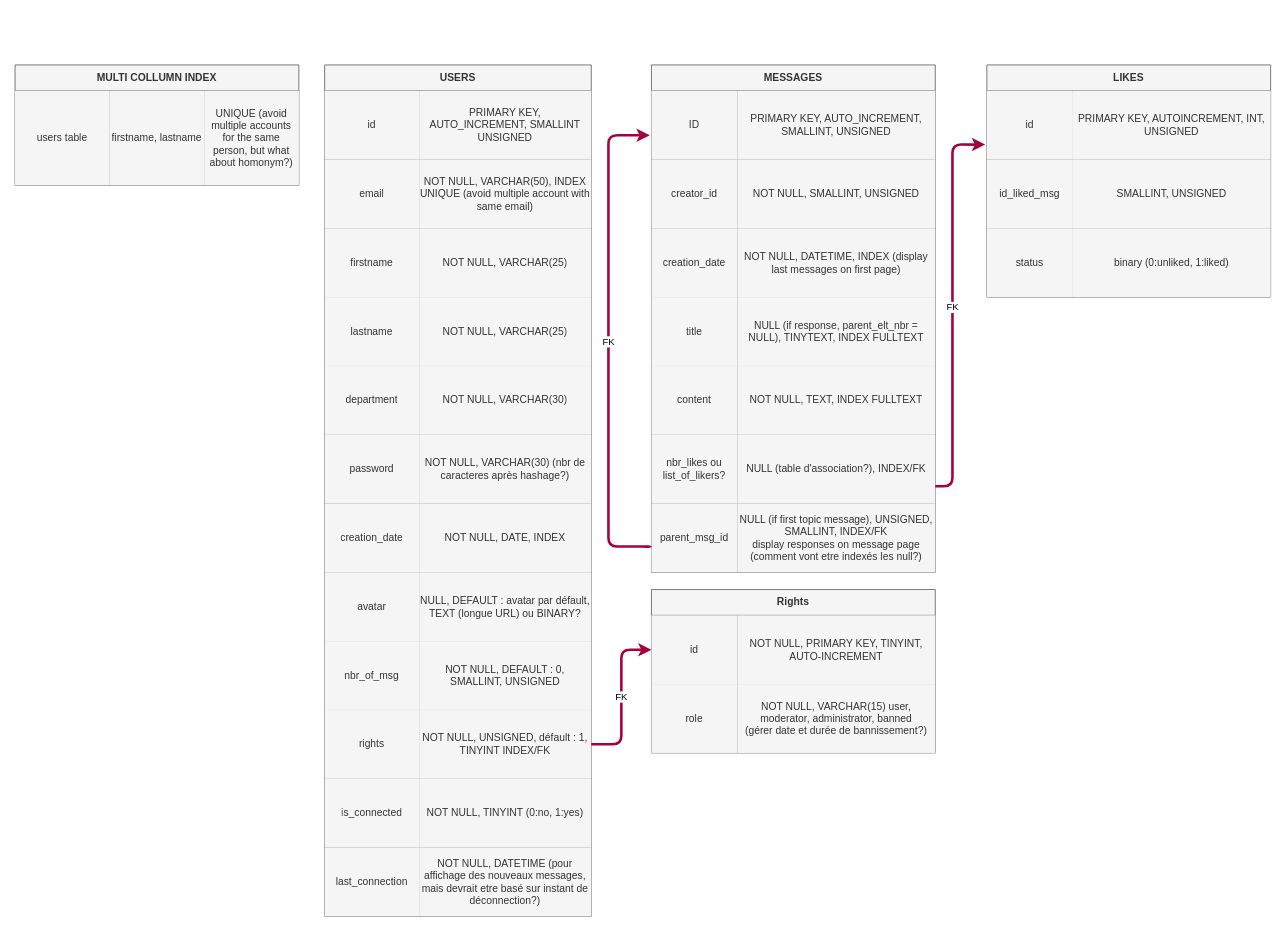
Keitaro51/202103_DW_Project7_Groupomania keeps this draw.io diagram as page "Tables" (2 of 3) of wireframe.drawio. Above is the earlier version. Source tidied: cells renumbered, new cells numbered last; positions are measured from the earlier drawing's top-left corner, leaving out a move shared by most shapes. Both pictures are drawn from the tidied source at 86%, with x=0, y=0 at pixel (15, 64).
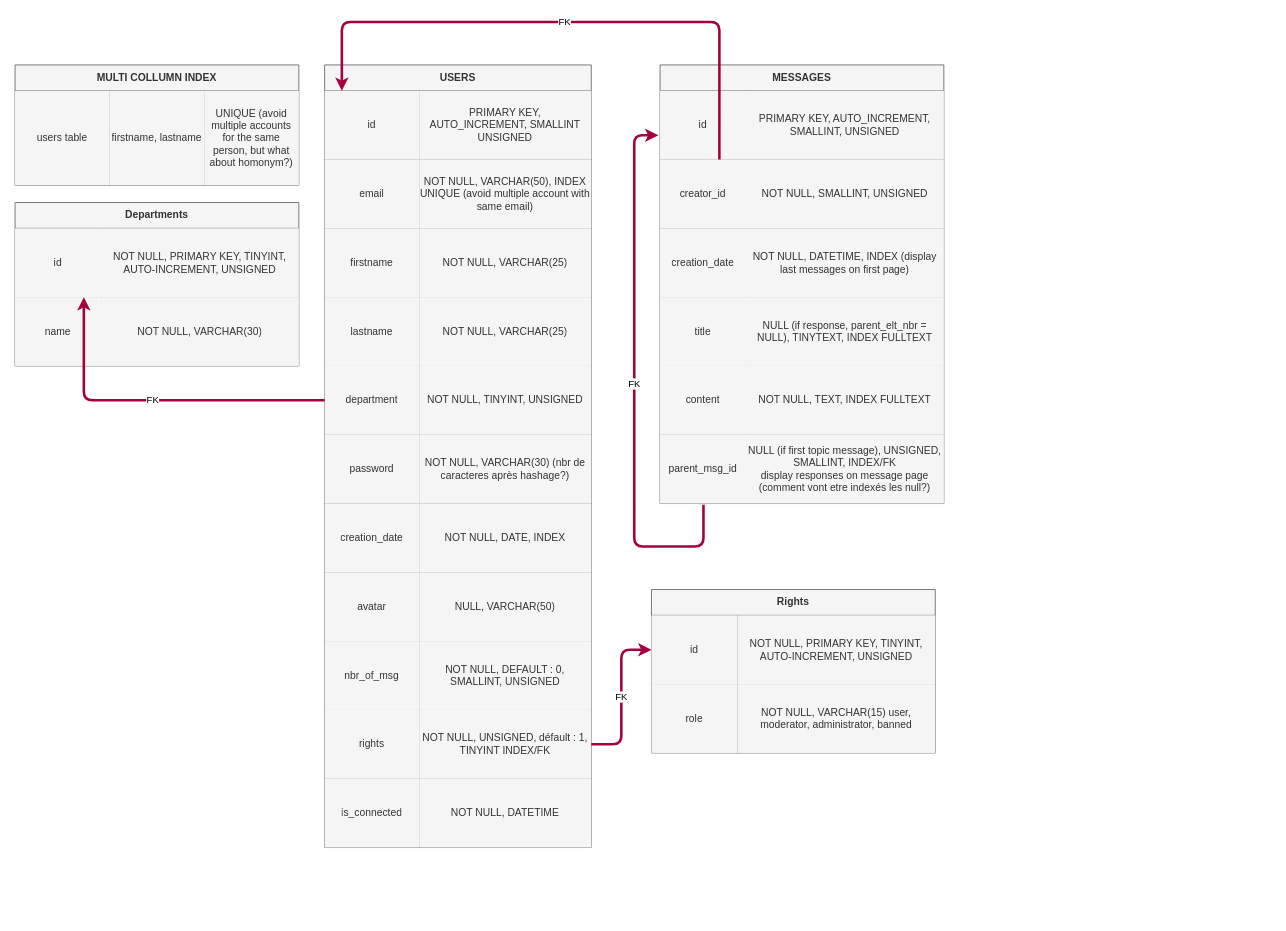
The same diagram, later.

Unchanged cells that the change refers to:
```xml
<mxCell id="3" style="shape=partialRectangle;html=1;whiteSpace=wrap;fillColor=none;top=0;left=0;bottom=0;right=0;points=[[0,0.5],[1,0.5]];portConstraint=eastwest;" parent="2" vertex="1">
  <mxGeometry y="30" width="310" height="80" as="geometry" />
</mxCell>
<mxCell id="15" style="shape=partialRectangle;html=1;whiteSpace=wrap;fillColor=none;top=0;left=0;bottom=0;right=0;points=[[0,0.5],[1,0.5]];portConstraint=eastwest;" parent="2" vertex="1">
  <mxGeometry y="350" width="310" height="80" as="geometry" />
</mxCell>
<mxCell id="24" style="shape=partialRectangle;html=1;whiteSpace=wrap;fillColor=none;top=0;left=0;bottom=0;right=0;" parent="2" vertex="1">
  <mxGeometry y="590" width="310" height="80" as="geometry" />
</mxCell>
<mxCell id="33" style="shape=partialRectangle;html=1;whiteSpace=wrap;fillColor=none;top=0;left=0;bottom=0;right=0;" parent="2" vertex="1">
  <mxGeometry y="830" width="310" height="80" as="geometry" />
</mxCell>
<mxCell id="40" style="shape=partialRectangle;html=1;whiteSpace=wrap;fillColor=none;top=0;left=0;bottom=0;right=0;points=[[0,0.5],[1,0.5]];portConstraint=eastwest;" parent="39" vertex="1">
  <mxGeometry y="30" width="330" height="80" as="geometry" />
</mxCell>
<mxCell id="43" style="shape=partialRectangle;html=1;whiteSpace=wrap;fillColor=none;top=0;left=0;bottom=0;right=0;points=[[0,0.5],[1,0.5]];portConstraint=eastwest;" parent="39" vertex="1">
  <mxGeometry y="110" width="330" height="80" as="geometry" />
</mxCell>
<mxCell id="73" style="shape=partialRectangle;html=1;whiteSpace=wrap;fillColor=none;top=0;left=0;bottom=0;right=0;points=[[0,0.5],[1,0.5]];portConstraint=eastwest;" parent="72" vertex="1">
  <mxGeometry y="30" width="330" height="80" as="geometry" />
</mxCell>
<mxCell id="76" style="shape=partialRectangle;html=1;whiteSpace=wrap;fillColor=none;top=0;left=0;bottom=0;right=0;" parent="72" vertex="1">
  <mxGeometry y="110" width="330" height="80" as="geometry" />
</mxCell>
```

Diff of the diagram source:
```diff
@@
     <mxCell id="2" value="USERS" style="shape=table;startSize=30;childLayout=tableLayout;fontStyle=1;align=center;fontColor=#333333;fillColor=#f5f5f5;strokeColor=#666666;whiteSpace=wrap;html=1;" parent="1" vertex="1">
-      <mxGeometry x="360" width="310" height="990" as="geometry" />
+      <mxGeometry x="360" width="310" height="910" as="geometry" />
     </mxCell>
@@
-    <mxCell id="17" value="NOT NULL, VARCHAR(30)" style="shape=partialRectangle;html=1;whiteSpace=wrap;fillColor=#f5f5f5;top=0;left=0;bottom=0;right=0;overflow=hidden;strokeColor=#666666;fontColor=#333333;" parent="15" vertex="1">
+    <mxCell id="17" value="NOT NULL, TINYINT, UNSIGNED" style="shape=partialRectangle;html=1;whiteSpace=wrap;fillColor=#f5f5f5;top=0;left=0;bottom=0;right=0;overflow=hidden;strokeColor=#666666;fontColor=#333333;" parent="15" vertex="1">
       <mxGeometry x="110" width="200" height="80" as="geometry" />
     </mxCell>
@@
-    <mxCell id="26" value="NULL, DEFAULT : avatar par défault, TEXT (longue URL) ou BINARY?" style="shape=partialRectangle;html=1;whiteSpace=wrap;fillColor=#f5f5f5;top=0;left=0;bottom=0;right=0;overflow=hidden;strokeColor=#666666;fontColor=#333333;" parent="24" vertex="1">
+    <mxCell id="26" value="NULL, VARCHAR(50)" style="shape=partialRectangle;html=1;whiteSpace=wrap;fillColor=#f5f5f5;top=0;left=0;bottom=0;right=0;overflow=hidden;strokeColor=#666666;fontColor=#333333;" parent="24" vertex="1">
       <mxGeometry x="110" width="200" height="80" as="geometry" />
     </mxCell>
@@
-    <mxCell id="35" value="NOT NULL, TINYINT (0:no, 1:yes)&lt;span&gt;&lt;br&gt;&lt;/span&gt;" style="shape=partialRectangle;html=1;whiteSpace=wrap;fillColor=#f5f5f5;top=0;left=0;bottom=0;right=0;overflow=hidden;strokeColor=#666666;fontColor=#333333;" parent="33" vertex="1">
+    <mxCell id="35" value="NOT NULL, DATETIME&lt;span&gt;&lt;br&gt;&lt;/span&gt;" style="shape=partialRectangle;html=1;whiteSpace=wrap;fillColor=#f5f5f5;top=0;left=0;bottom=0;right=0;overflow=hidden;strokeColor=#666666;fontColor=#333333;" parent="33" vertex="1">
       <mxGeometry x="110" width="200" height="80" as="geometry" />
     </mxCell>
-    <mxCell id="36" style="shape=partialRectangle;html=1;whiteSpace=wrap;fillColor=none;top=0;left=0;bottom=0;right=0;" parent="2" vertex="1">
-      <mxGeometry y="910" width="310" height="80" as="geometry" />
-    </mxCell>
-    <mxCell id="37" value="last_connection" style="shape=partialRectangle;html=1;whiteSpace=wrap;fillColor=#f5f5f5;top=0;left=0;bottom=0;right=0;overflow=hidden;strokeColor=#666666;fontColor=#333333;" parent="36" vertex="1">
-      <mxGeometry width="110" height="80" as="geometry" />
-    </mxCell>
-    <mxCell id="38" value="NOT NULL, DATETIME (pour affichage des nouveaux messages, mais devrait etre basé sur instant de déconnection?)" style="shape=partialRectangle;html=1;whiteSpace=wrap;fillColor=#f5f5f5;top=0;left=0;bottom=0;right=0;overflow=hidden;strokeColor=#666666;fontColor=#333333;" parent="36" vertex="1">
-      <mxGeometry x="110" width="200" height="80" as="geometry" />
-    </mxCell>
     <mxCell id="39" value="MESSAGES" style="shape=table;startSize=30;childLayout=tableLayout;fontStyle=1;align=center;fontColor=#333333;fillColor=#f5f5f5;strokeColor=#666666;whiteSpace=wrap;html=1;" parent="1" vertex="1">
-      <mxGeometry x="740" width="330" height="590" as="geometry" />
+      <mxGeometry x="750" width="330" height="510" as="geometry" />
     </mxCell>
@@
-    <mxCell id="41" value="ID" style="shape=partialRectangle;html=1;whiteSpace=wrap;fillColor=#f5f5f5;top=0;left=0;bottom=0;right=0;overflow=hidden;strokeColor=#666666;fontColor=#333333;" parent="40" vertex="1">
+    <mxCell id="41" value="id" style="shape=partialRectangle;html=1;whiteSpace=wrap;fillColor=#f5f5f5;top=0;left=0;bottom=0;right=0;overflow=hidden;strokeColor=#666666;fontColor=#333333;" parent="40" vertex="1">
       <mxGeometry width="100" height="80" as="geometry" />
     </mxCell>
@@
-    <mxCell id="55" style="shape=partialRectangle;html=1;whiteSpace=wrap;fillColor=none;top=0;left=0;bottom=0;right=0;points=[[0,0.5],[1,0.5]];portConstraint=eastwest;" parent="39" vertex="1">
-      <mxGeometry y="430" width="330" height="80" as="geometry" />
-    </mxCell>
-    <mxCell id="56" value="nbr_likes ou list_of_likers?" style="shape=partialRectangle;html=1;whiteSpace=wrap;fillColor=#f5f5f5;top=0;left=0;bottom=0;right=0;overflow=hidden;strokeColor=#666666;fontColor=#333333;" parent="55" vertex="1">
-      <mxGeometry width="100" height="80" as="geometry" />
-    </mxCell>
-    <mxCell id="57" value="NULL (table d'association?), INDEX/FK" style="shape=partialRectangle;html=1;whiteSpace=wrap;fillColor=#f5f5f5;top=0;left=0;bottom=0;right=0;overflow=hidden;strokeColor=#666666;fontColor=#333333;" parent="55" vertex="1">
-      <mxGeometry x="100" width="230" height="80" as="geometry" />
-    </mxCell>
     <mxCell id="58" style="shape=partialRectangle;html=1;whiteSpace=wrap;fillColor=none;top=0;left=0;bottom=0;right=0;points=[[0,0.5],[1,0.5]];portConstraint=eastwest;" parent="39" vertex="1">
-      <mxGeometry y="510" width="330" height="80" as="geometry" />
+      <mxGeometry y="430" width="330" height="80" as="geometry" />
     </mxCell>
@@
-    <mxCell id="61" value="FK" style="endArrow=classic;html=1;exitX=-0.004;exitY=0.638;exitDx=0;exitDy=0;fillColor=#d80073;strokeColor=#A50040;strokeWidth=3;edgeStyle=orthogonalEdgeStyle;entryX=-0.006;entryY=0.648;entryDx=0;entryDy=0;entryPerimeter=0;exitPerimeter=0;" parent="39" edge="1" source="58" target="40">
+    <mxCell id="61" value="FK" style="endArrow=classic;html=1;exitX=0.153;exitY=1.017;exitDx=0;exitDy=0;fillColor=#d80073;strokeColor=#A50040;strokeWidth=3;edgeStyle=orthogonalEdgeStyle;entryX=-0.006;entryY=0.648;entryDx=0;entryDy=0;entryPerimeter=0;exitPerimeter=0;" parent="39" edge="1" source="58" target="40">
       <mxGeometry relative="1" as="geometry">
         <Array as="points">
-          <mxPoint x="-1" y="560" />
-          <mxPoint x="-50" y="560" />
-          <mxPoint x="-50" y="82" />
+          <mxPoint x="51" y="560" />
+          <mxPoint x="-30" y="560" />
+          <mxPoint x="-30" y="82" />
         </Array>
       </mxGeometry>
     </mxCell>
-    <mxCell id="62" value="LIKES" style="shape=table;startSize=30;childLayout=tableLayout;fontStyle=1;align=center;fontColor=#333333;fillColor=#f5f5f5;strokeColor=#666666;whiteSpace=wrap;html=1;" parent="1" vertex="1">
-      <mxGeometry x="1130" width="330" height="270" as="geometry" />
-    </mxCell>
-    <mxCell id="63" style="shape=partialRectangle;html=1;whiteSpace=wrap;fillColor=none;top=0;left=0;bottom=0;right=0;points=[[0,0.5],[1,0.5]];portConstraint=eastwest;" parent="62" vertex="1">
-      <mxGeometry y="30" width="330" height="80" as="geometry" />
-    </mxCell>
-    <mxCell id="64" value="id" style="shape=partialRectangle;html=1;whiteSpace=wrap;fillColor=#f5f5f5;top=0;left=0;bottom=0;right=0;overflow=hidden;strokeColor=#666666;fontColor=#333333;" parent="63" vertex="1">
-      <mxGeometry width="100" height="80" as="geometry" />
-    </mxCell>
-    <mxCell id="65" value="PRIMARY KEY, AUTOINCREMENT, INT, UNSIGNED" style="shape=partialRectangle;html=1;whiteSpace=wrap;fillColor=#f5f5f5;top=0;left=0;bottom=0;right=0;overflow=hidden;strokeColor=#666666;fontColor=#333333;" parent="63" vertex="1">
-      <mxGeometry x="100" width="230" height="80" as="geometry" />
-    </mxCell>
-    <mxCell id="66" style="shape=partialRectangle;html=1;whiteSpace=wrap;fillColor=none;top=0;left=0;bottom=0;right=0;" parent="62" vertex="1">
-      <mxGeometry y="110" width="330" height="80" as="geometry" />
-    </mxCell>
-    <mxCell id="67" value="id_liked_msg" style="shape=partialRectangle;html=1;whiteSpace=wrap;fillColor=#f5f5f5;top=0;left=0;bottom=0;right=0;overflow=hidden;strokeColor=#666666;fontColor=#333333;" parent="66" vertex="1">
-      <mxGeometry width="100" height="80" as="geometry" />
-    </mxCell>
-    <mxCell id="68" value="SMALLINT, UNSIGNED" style="shape=partialRectangle;html=1;whiteSpace=wrap;fillColor=#f5f5f5;top=0;left=0;bottom=0;right=0;overflow=hidden;strokeColor=#666666;fontColor=#333333;" parent="66" vertex="1">
-      <mxGeometry x="100" width="230" height="80" as="geometry" />
-    </mxCell>
-    <mxCell id="69" style="shape=partialRectangle;html=1;whiteSpace=wrap;fillColor=none;top=0;left=0;bottom=0;right=0;" parent="62" vertex="1">
-      <mxGeometry y="190" width="330" height="80" as="geometry" />
-    </mxCell>
-    <mxCell id="70" value="status" style="shape=partialRectangle;html=1;whiteSpace=wrap;fillColor=#f5f5f5;top=0;left=0;bottom=0;right=0;overflow=hidden;strokeColor=#666666;fontColor=#333333;" parent="69" vertex="1">
-      <mxGeometry width="100" height="80" as="geometry" />
-    </mxCell>
-    <mxCell id="71" value="binary (0:unliked, 1:liked)" style="shape=partialRectangle;html=1;whiteSpace=wrap;fillColor=#f5f5f5;top=0;left=0;bottom=0;right=0;overflow=hidden;strokeColor=#666666;fontColor=#333333;" parent="69" vertex="1">
-      <mxGeometry x="100" width="230" height="80" as="geometry" />
-    </mxCell>
@@
-    <mxCell id="75" value="NOT NULL, PRIMARY KEY, TINYINT, AUTO-INCREMENT" style="shape=partialRectangle;html=1;whiteSpace=wrap;fillColor=#f5f5f5;top=0;left=0;bottom=0;right=0;overflow=hidden;strokeColor=#666666;fontColor=#333333;" parent="73" vertex="1">
+    <mxCell id="75" value="NOT NULL, PRIMARY KEY, TINYINT, AUTO-INCREMENT, UNSIGNED" style="shape=partialRectangle;html=1;whiteSpace=wrap;fillColor=#f5f5f5;top=0;left=0;bottom=0;right=0;overflow=hidden;strokeColor=#666666;fontColor=#333333;" parent="73" vertex="1">
       <mxGeometry x="100" width="230" height="80" as="geometry" />
     </mxCell>
@@
-    <mxCell id="78" value="NOT NULL, VARCHAR&lt;span&gt;(15) user, moderator, administrator, banned&lt;/span&gt;&lt;br&gt;&lt;span&gt;(gérer date et durée de bannissement?)&lt;/span&gt;" style="shape=partialRectangle;html=1;whiteSpace=wrap;fillColor=#f5f5f5;top=0;left=0;bottom=0;right=0;overflow=hidden;strokeColor=#666666;fontColor=#333333;" parent="76" vertex="1">
+    <mxCell id="78" value="NOT NULL, VARCHAR&lt;span&gt;(15) user, moderator, administrator, banned&lt;/span&gt;&lt;br&gt;" style="shape=partialRectangle;html=1;whiteSpace=wrap;fillColor=#f5f5f5;top=0;left=0;bottom=0;right=0;overflow=hidden;strokeColor=#666666;fontColor=#333333;" parent="76" vertex="1">
       <mxGeometry x="100" width="230" height="80" as="geometry" />
     </mxCell>
@@
-    <mxCell id="85" value="FK" style="endArrow=classic;html=1;fillColor=#d80073;strokeColor=#A50040;strokeWidth=3;edgeStyle=orthogonalEdgeStyle;entryX=-0.006;entryY=0.783;entryDx=0;entryDy=0;entryPerimeter=0;" parent="1" edge="1" source="55" target="63">
-      <mxGeometry relative="1" as="geometry">
-        <Array as="points">
-          <mxPoint x="1090" y="490" />
-          <mxPoint x="1090" y="93" />
-        </Array>
-      </mxGeometry>
-    </mxCell>
+    <mxCell id="86" value="Departments" style="shape=table;startSize=30;childLayout=tableLayout;fontStyle=1;align=center;fontColor=#333333;fillColor=#f5f5f5;strokeColor=#666666;whiteSpace=wrap;html=1;" parent="1" vertex="1">
+      <mxGeometry y="160" width="330" height="190" as="geometry" />
+    </mxCell>
+    <mxCell id="63" style="shape=partialRectangle;html=1;whiteSpace=wrap;fillColor=none;top=0;left=0;bottom=0;right=0;points=[[0,0.5],[1,0.5]];portConstraint=eastwest;" parent="86" vertex="1">
+      <mxGeometry y="30" width="330" height="80" as="geometry" />
+    </mxCell>
+    <mxCell id="64" value="id" style="shape=partialRectangle;html=1;whiteSpace=wrap;fillColor=#f5f5f5;top=0;left=0;bottom=0;right=0;overflow=hidden;strokeColor=#666666;fontColor=#333333;" parent="63" vertex="1">
+      <mxGeometry width="100" height="80" as="geometry" />
+    </mxCell>
+    <mxCell id="87" value="NOT NULL, PRIMARY KEY, TINYINT, AUTO-INCREMENT, UNSIGNED" style="shape=partialRectangle;html=1;whiteSpace=wrap;fillColor=#f5f5f5;top=0;left=0;bottom=0;right=0;overflow=hidden;strokeColor=#666666;fontColor=#333333;" parent="63" vertex="1">
+      <mxGeometry x="100" width="230" height="80" as="geometry" />
+    </mxCell>
+    <mxCell id="66" style="shape=partialRectangle;html=1;whiteSpace=wrap;fillColor=none;top=0;left=0;bottom=0;right=0;" parent="86" vertex="1">
+      <mxGeometry y="110" width="330" height="80" as="geometry" />
+    </mxCell>
+    <mxCell id="88" value="name" style="shape=partialRectangle;html=1;whiteSpace=wrap;fillColor=#f5f5f5;top=0;left=0;bottom=0;right=0;overflow=hidden;strokeColor=#666666;fontColor=#333333;" parent="66" vertex="1">
+      <mxGeometry width="100" height="80" as="geometry" />
+    </mxCell>
+    <mxCell id="89" value="NOT NULL, VARCHAR&lt;span&gt;(30)&lt;/span&gt;" style="shape=partialRectangle;html=1;whiteSpace=wrap;fillColor=#f5f5f5;top=0;left=0;bottom=0;right=0;overflow=hidden;strokeColor=#666666;fontColor=#333333;" parent="66" vertex="1">
+      <mxGeometry x="100" width="230" height="80" as="geometry" />
+    </mxCell>
+    <mxCell id="90" value="FK" style="endArrow=classic;html=1;fillColor=#d80073;strokeColor=#A50040;strokeWidth=3;edgeStyle=orthogonalEdgeStyle;" parent="1" edge="1" source="15" target="63">
+      <mxGeometry relative="1" as="geometry">
+        <Array as="points">
+          <mxPoint x="80" y="390" />
+        </Array>
+      </mxGeometry>
+    </mxCell>
+    <mxCell id="91" value="FK" style="endArrow=classic;html=1;exitX=0.209;exitY=0;exitDx=0;exitDy=0;fillColor=#d80073;strokeColor=#A50040;strokeWidth=3;edgeStyle=orthogonalEdgeStyle;exitPerimeter=0;" parent="1" edge="1" source="43" target="3">
+      <mxGeometry relative="1" as="geometry">
+        <Array as="points">
+          <mxPoint x="819" y="-50" />
+          <mxPoint x="380" y="-50" />
+        </Array>
+      </mxGeometry>
+    </mxCell>
```
